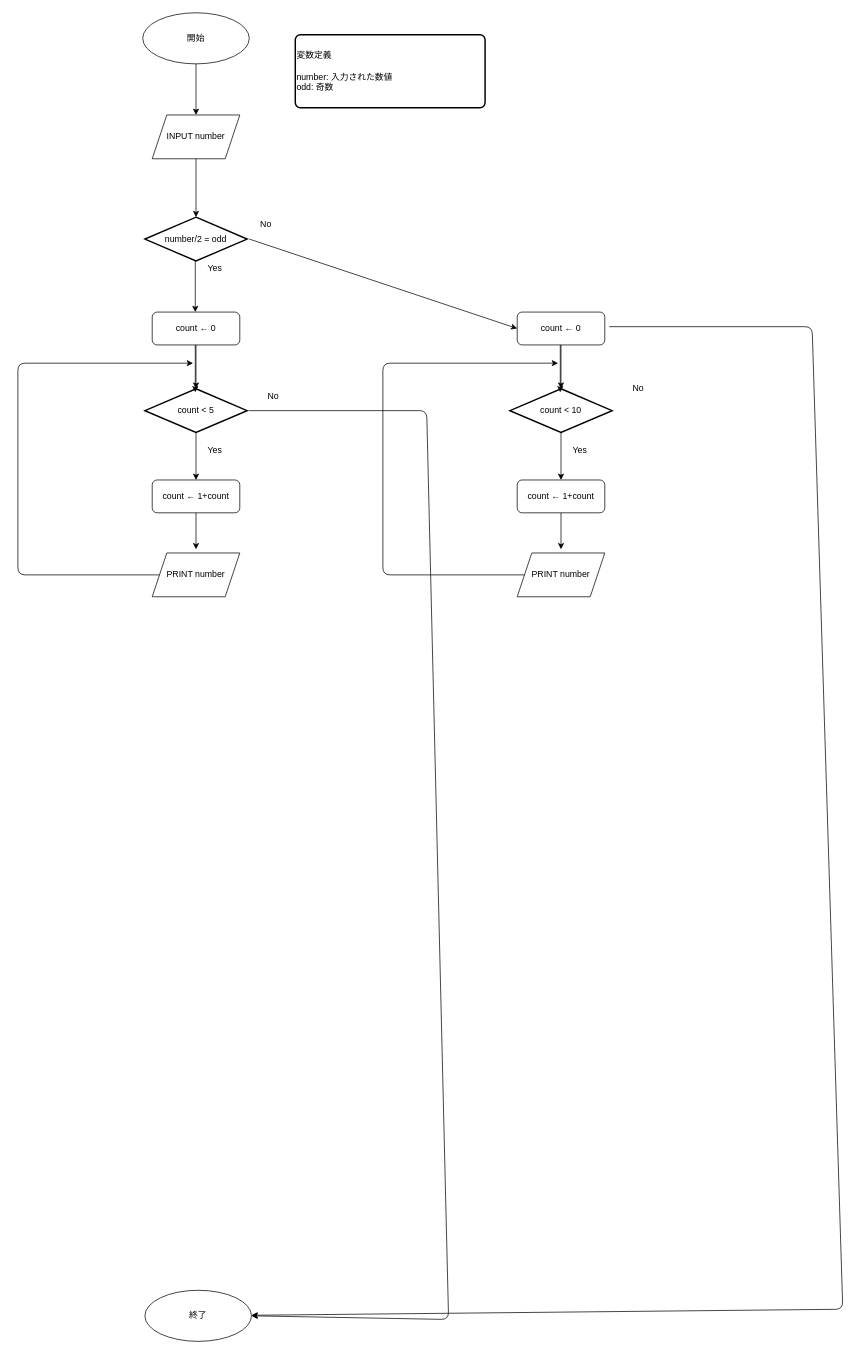
Above: 復習問題3.drawio in sohdai-sakuramoto/soddy (draw.io), before the change. Source tidied: cells renumbered, new cells numbered last; positions are measured from the earlier drawing's top-left corner, leaving out a move shared by most shapes. Both pictures are drawn from the tidied source at 73%, with x=0, y=0 at pixel (18, 12).
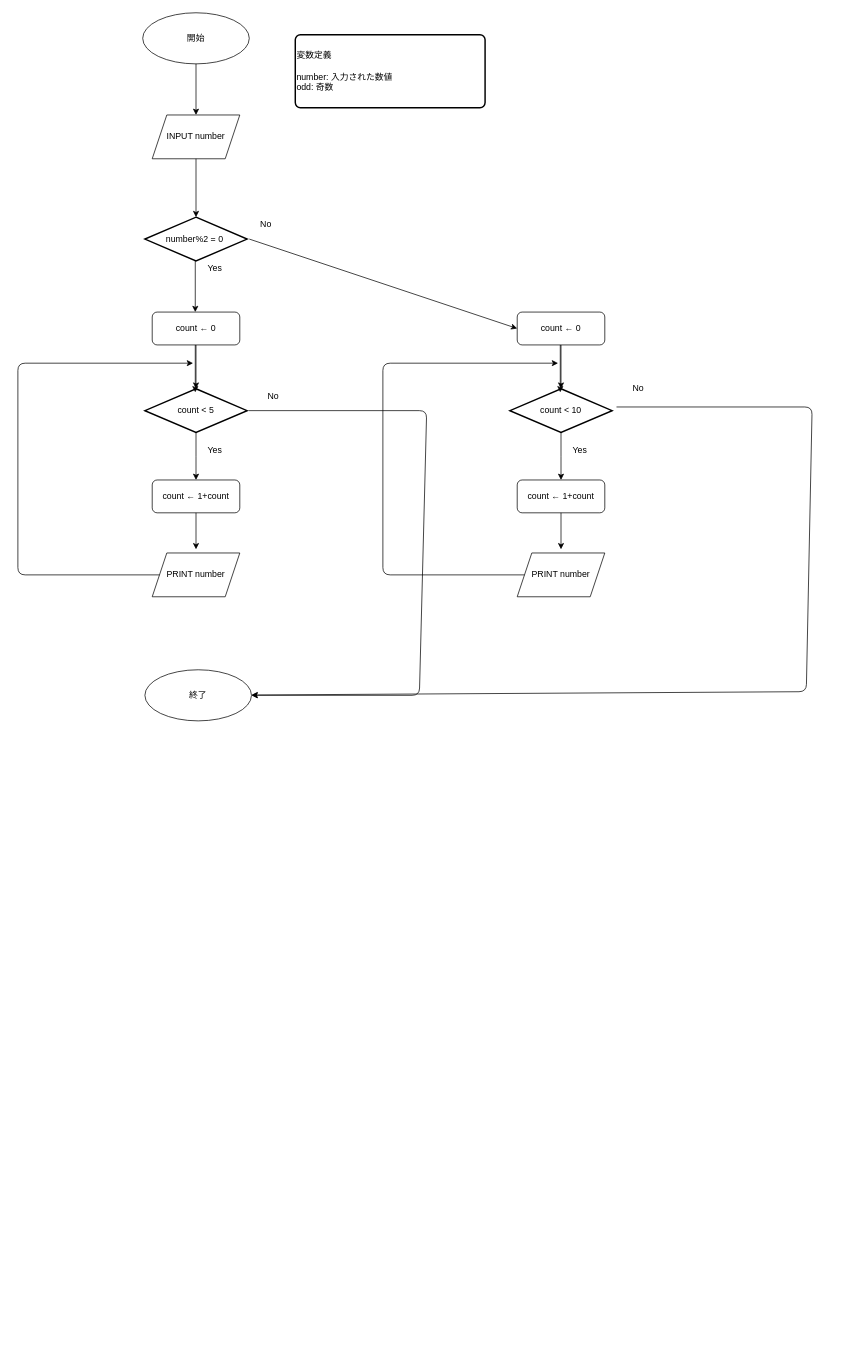
After the change.

Commit message:
復習問題3.drawio を更新します

Change to the diagram source:
```diff
@@
     <mxCell id="5" value="終了" style="ellipse;whiteSpace=wrap;html=1;" parent="1" vertex="1">
-      <mxGeometry x="174" y="1750" width="146" height="70" as="geometry" />
+      <mxGeometry x="174" y="900" width="146" height="70" as="geometry" />
     </mxCell>
     <mxCell id="6" style="endArrow=classic;html=1;entryX=1;entryY=0.5;entryDx=0;entryDy=0;" parent="1" edge="1" target="5">
       <mxGeometry relative="1" as="geometry">
         <mxPoint x="316" y="545" as="sourcePoint" />
         <Array as="points">
           <mxPoint x="560" y="545" />
-          <mxPoint x="590" y="1790" />
+          <mxPoint x="550" y="935" />
         </Array>
       </mxGeometry>
     </mxCell>
@@
-    <mxCell id="8" value="number/2 = odd" style="strokeWidth=2;html=1;shape=mxgraph.flowchart.decision;whiteSpace=wrap;" parent="1" vertex="1">
+    <mxCell id="8" value="number%2 = 0&amp;nbsp;" style="strokeWidth=2;html=1;shape=mxgraph.flowchart.decision;whiteSpace=wrap;" parent="1" vertex="1">
       <mxGeometry x="174" y="280" width="140" height="60" as="geometry" />
     </mxCell>
@@
     <mxCell id="35" style="endArrow=classic;html=1;" parent="1" edge="1" target="5">
       <mxGeometry relative="1" as="geometry">
-        <mxPoint x="810" y="430" as="sourcePoint" />
+        <mxPoint x="820" y="540" as="sourcePoint" />
         <Array as="points">
-          <mxPoint x="1088" y="430" />
-          <mxPoint x="1130" y="1776" />
+          <mxPoint x="1088" y="540" />
+          <mxPoint x="1080" y="930" />
         </Array>
       </mxGeometry>
     </mxCell>
```
